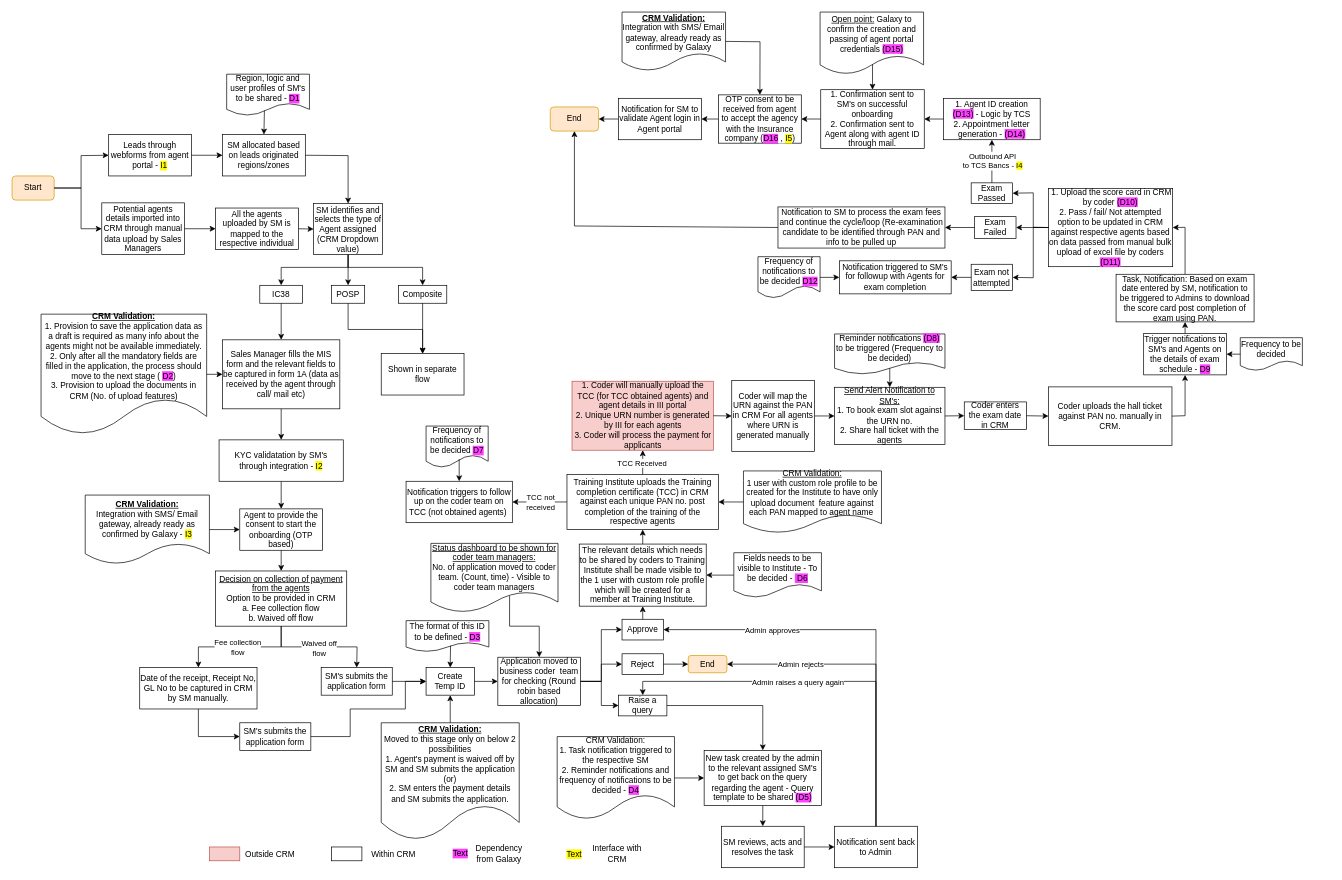
Earlier version of the draw.io diagram Agent Onboarding IC38.drawio (shaileshsreedar/Galaxy). Source tidied: cells renumbered, new cells numbered last; positions are measured from the earlier drawing's top-left corner, leaving out a move shared by most shapes. Both pictures are drawn from the tidied source at 69%, with x=0, y=0 at pixel (12, 12).
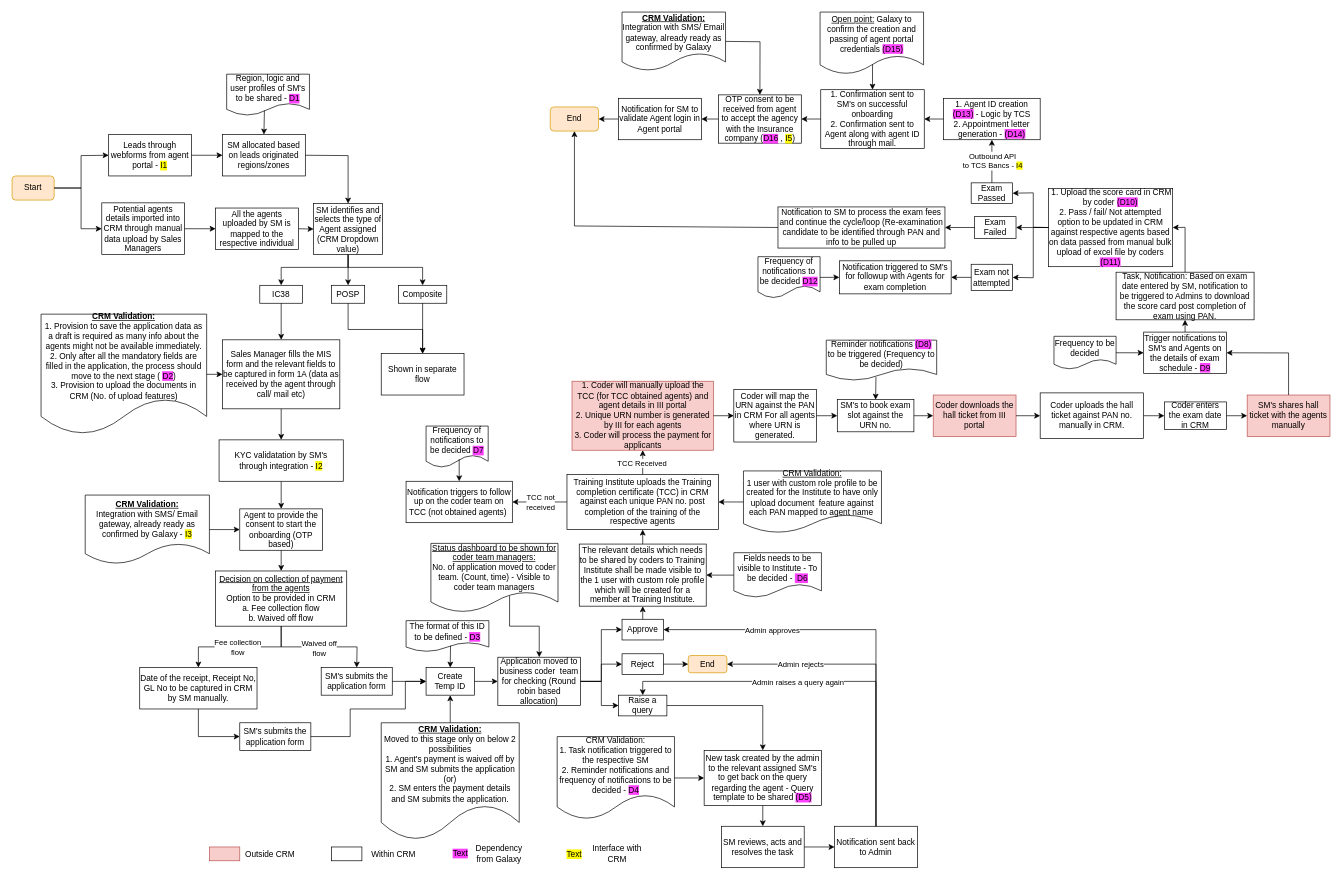
Above is the later version.

What changed in the source:
```diff
@@
-    <mxCell id="70" value="Coder will map the URN against the PAN in CRM For all agents where URN is generated manually" style="rounded=0;whiteSpace=wrap;html=1;" parent="1" vertex="1">
-      <mxGeometry x="1043" y="534.1" width="120" height="102.5" as="geometry" />
+    <mxCell id="70" value="Coder will map the URN against the PAN in CRM For all agents where URN is generated." style="rounded=0;whiteSpace=wrap;html=1;" parent="1" vertex="1">
+      <mxGeometry x="1046" y="546.9" width="120" height="76.2" as="geometry" />
     </mxCell>
@@
-    <mxCell id="72" value="&lt;u&gt;Send Alert Notification to SM's:&lt;/u&gt;&lt;div&gt;1. To book exam slot against the URN no.&lt;/div&gt;&lt;div&gt;2. Share hall ticket with the agents&lt;/div&gt;" style="rounded=0;whiteSpace=wrap;html=1;" parent="1" vertex="1">
-      <mxGeometry x="1192" y="543.8" width="160" height="83.1" as="geometry" />
+    <mxCell id="72" value="SM's to book exam slot against the URN no." style="rounded=0;whiteSpace=wrap;html=1;" parent="1" vertex="1">
+      <mxGeometry x="1196" y="561.7" width="111" height="46.6" as="geometry" />
     </mxCell>
-    <mxCell id="73" style="endArrow=classic;html=1;rounded=0;exitX=1;exitY=0.5;exitDx=0;exitDy=0;" parent="1" edge="1" source="70" target="72">
+    <mxCell id="73" style="endArrow=classic;html=1;rounded=0;exitX=1;exitY=0.5;exitDx=0;exitDy=0;entryX=0;entryY=0.5;entryDx=0;entryDy=0;" parent="1" edge="1" source="70" target="72">
       <mxGeometry relative="1" as="geometry" />
     </mxCell>
     <mxCell id="74" value="Reminder notifications &lt;span style=&quot;background-color: rgb(255, 64, 255);&quot;&gt;(D8)&lt;/span&gt; to be triggered (Frequency to be decided)" style="shape=document;whiteSpace=wrap;html=1;boundedLbl=1;" parent="1" vertex="1">
-      <mxGeometry x="1192" y="466.5" width="160" height="58.5" as="geometry" />
+      <mxGeometry x="1180" y="475.5" width="160" height="58.5" as="geometry" />
     </mxCell>
-    <mxCell id="75" style="endArrow=classic;html=1;rounded=0;entryX=0.5;entryY=0;entryDx=0;entryDy=0;exitX=0.5;exitY=0.846;exitDx=0;exitDy=0;exitPerimeter=0;" parent="1" edge="1" source="74" target="72">
+    <mxCell id="75" style="endArrow=classic;html=1;rounded=0;entryX=0.5;entryY=0;entryDx=0;entryDy=0;exitX=0.45;exitY=0.915;exitDx=0;exitDy=0;exitPerimeter=0;" parent="1" edge="1" source="74" target="72">
       <mxGeometry relative="1" as="geometry" />
     </mxCell>
-    <mxCell id="76" style="endArrow=classic;html=1;rounded=0;exitX=1;exitY=0.5;exitDx=0;exitDy=0;entryX=0;entryY=0.5;entryDx=0;entryDy=0;" parent="1" edge="1" source="72" target="99">
+    <mxCell id="76" style="endArrow=classic;html=1;rounded=0;exitX=1;exitY=0.5;exitDx=0;exitDy=0;entryX=0;entryY=0.5;entryDx=0;entryDy=0;" parent="1" edge="1" source="77" target="99">
       <mxGeometry relative="1" as="geometry" />
     </mxCell>
     <mxCell id="77" value="Coder uploads the hall ticket against PAN no. manually in CRM." style="rounded=0;whiteSpace=wrap;html=1;" parent="1" vertex="1">
-      <mxGeometry x="1502" y="543.2" width="179" height="84.7" as="geometry" />
+      <mxGeometry x="1490" y="551.9" width="149.5" height="66.2" as="geometry" />
     </mxCell>
     <mxCell id="78" value="Trigger notifications to SM's and Agents on the details of exam schedule - &lt;span style=&quot;background-color: rgb(255, 64, 255);&quot;&gt;D9&lt;/span&gt;" style="rounded=0;whiteSpace=wrap;html=1;" parent="1" vertex="1">
-      <mxGeometry x="1640" y="465.8" width="120" height="60" as="geometry" />
+      <mxGeometry x="1640" y="463.8" width="120" height="60" as="geometry" />
     </mxCell>
     <mxCell id="79" value="Frequency to be decided" style="shape=document;whiteSpace=wrap;html=1;boundedLbl=1;" parent="1" vertex="1">
-      <mxGeometry x="1780" y="471.9" width="90" height="47.7" as="geometry" />
+      <mxGeometry x="1510" y="469.9" width="90" height="47.7" as="geometry" />
     </mxCell>
-    <mxCell id="80" style="endArrow=classic;html=1;rounded=0;exitX=0;exitY=0.5;exitDx=0;exitDy=0;entryX=1;entryY=0.5;entryDx=0;entryDy=0;" parent="1" edge="1" source="79" target="78">
+    <mxCell id="80" style="endArrow=classic;html=1;rounded=0;entryX=0;entryY=0.5;entryDx=0;entryDy=0;exitX=1;exitY=0.5;exitDx=0;exitDy=0;" parent="1" edge="1" source="79" target="78">
       <mxGeometry relative="1" as="geometry" />
     </mxCell>
-    <mxCell id="81" style="endArrow=classic;html=1;rounded=0;exitX=1;exitY=0.5;exitDx=0;exitDy=0;entryX=0.5;entryY=1;entryDx=0;entryDy=0;" parent="1" edge="1" source="77" target="78">
-      <mxGeometry relative="1" as="geometry">
-        <Array as="points">
-          <mxPoint x="1700" y="585" />
-        </Array>
-      </mxGeometry>
-    </mxCell>
     <mxCell id="82" value="Task, Notification: Based on exam date entered by SM, notification to be triggered to Admins to download the score card post completion of exam using PAN." style="rounded=0;whiteSpace=wrap;html=1;" parent="1" vertex="1">
-      <mxGeometry x="1600" y="380" width="200" height="69" as="geometry" />
+      <mxGeometry x="1600" y="377" width="200" height="69" as="geometry" />
     </mxCell>
@@
     <mxCell id="99" value="Coder enters the exam date in CRM" style="rounded=0;whiteSpace=wrap;html=1;" parent="1" vertex="1">
-      <mxGeometry x="1380" y="565" width="90" height="40" as="geometry" />
+      <mxGeometry x="1670" y="565" width="90" height="40" as="geometry" />
     </mxCell>
-    <mxCell id="100" style="endArrow=classic;html=1;rounded=0;exitX=1;exitY=0.5;exitDx=0;exitDy=0;entryX=0;entryY=0.5;entryDx=0;entryDy=0;" parent="1" edge="1" source="99" target="77">
-      <mxGeometry relative="1" as="geometry" />
-    </mxCell>
@@
+    <mxCell id="148" value="Coder downloads the hall ticket from III portal" style="rounded=0;whiteSpace=wrap;html=1;fillColor=#f8cecc;strokeColor=#b85450;" parent="1" vertex="1">
+      <mxGeometry x="1335" y="555" width="120" height="60" as="geometry" />
+    </mxCell>
+    <mxCell id="149" style="endArrow=classic;html=1;rounded=0;exitX=1;exitY=0.5;exitDx=0;exitDy=0;entryX=0;entryY=0.5;entryDx=0;entryDy=0;" parent="1" edge="1" source="72" target="148">
+      <mxGeometry relative="1" as="geometry" />
+    </mxCell>
+    <mxCell id="150" value="SM's shares hall ticket with the agents manually" style="rounded=0;whiteSpace=wrap;html=1;fillColor=#f8cecc;strokeColor=#b85450;" parent="1" vertex="1">
+      <mxGeometry x="1790" y="555" width="120" height="60" as="geometry" />
+    </mxCell>
+    <mxCell id="151" style="endArrow=classic;html=1;rounded=0;exitX=1;exitY=0.5;exitDx=0;exitDy=0;entryX=0;entryY=0.5;entryDx=0;entryDy=0;" parent="1" edge="1" source="148" target="77">
+      <mxGeometry relative="1" as="geometry" />
+    </mxCell>
+    <mxCell id="152" style="endArrow=classic;html=1;rounded=0;exitX=1;exitY=0.5;exitDx=0;exitDy=0;entryX=0;entryY=0.5;entryDx=0;entryDy=0;" parent="1" edge="1" source="99" target="150">
+      <mxGeometry relative="1" as="geometry" />
+    </mxCell>
+    <mxCell id="153" style="endArrow=classic;html=1;rounded=0;exitX=0.5;exitY=0;exitDx=0;exitDy=0;entryX=1;entryY=0.5;entryDx=0;entryDy=0;" parent="1" edge="1" source="150" target="78">
+      <mxGeometry relative="1" as="geometry">
+        <Array as="points">
+          <mxPoint x="1850" y="494" />
+        </Array>
+      </mxGeometry>
+    </mxCell>
```
